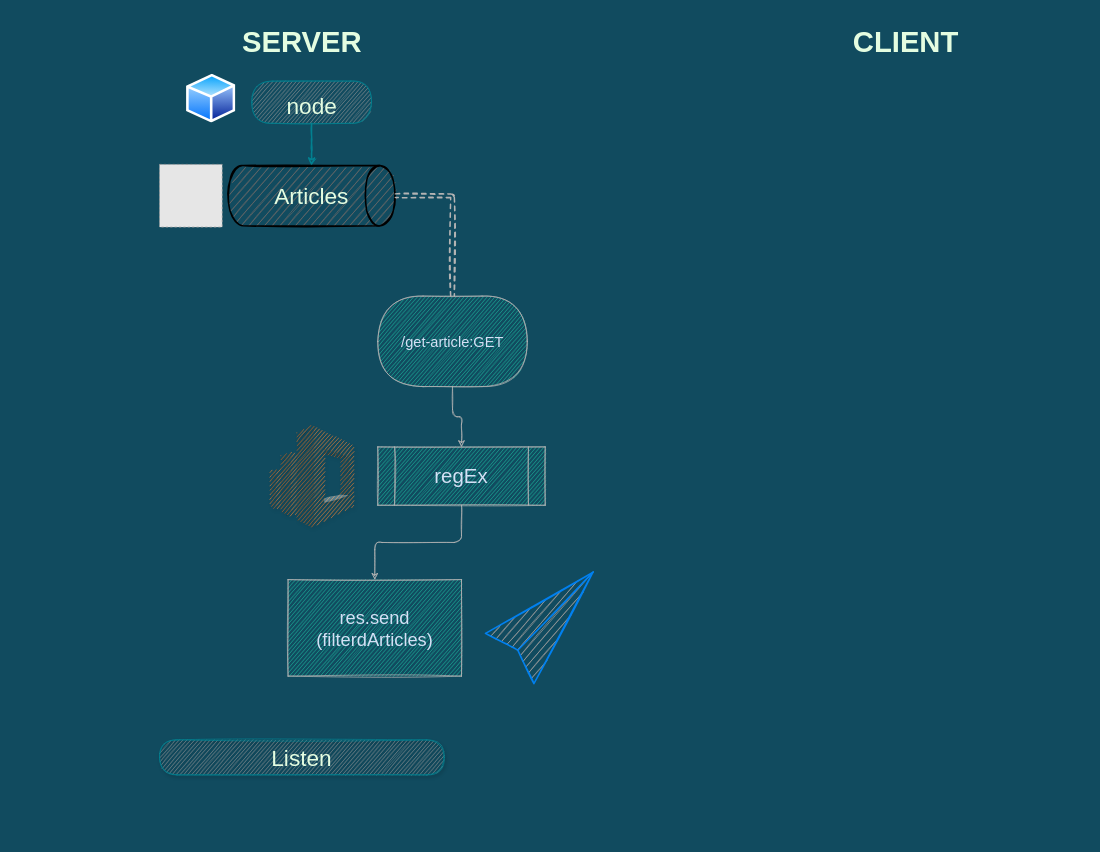
talyaron/fullstack2021 keeps this draw.io diagram as 03-Node-js/03-routesCalcuations/homeTask2/misha/googledia.drawio. Above is the earlier version. Source tidied: cells renumbered, new cells numbered last; positions are measured from the earlier drawing's top-left corner, leaving out a move shared by most shapes. Both pictures are drawn from the tidied source at 73%, with x=0, y=0 at pixel (159, 19). Pictures stored in the file or linked from it are replaced by grey dashed boxes.
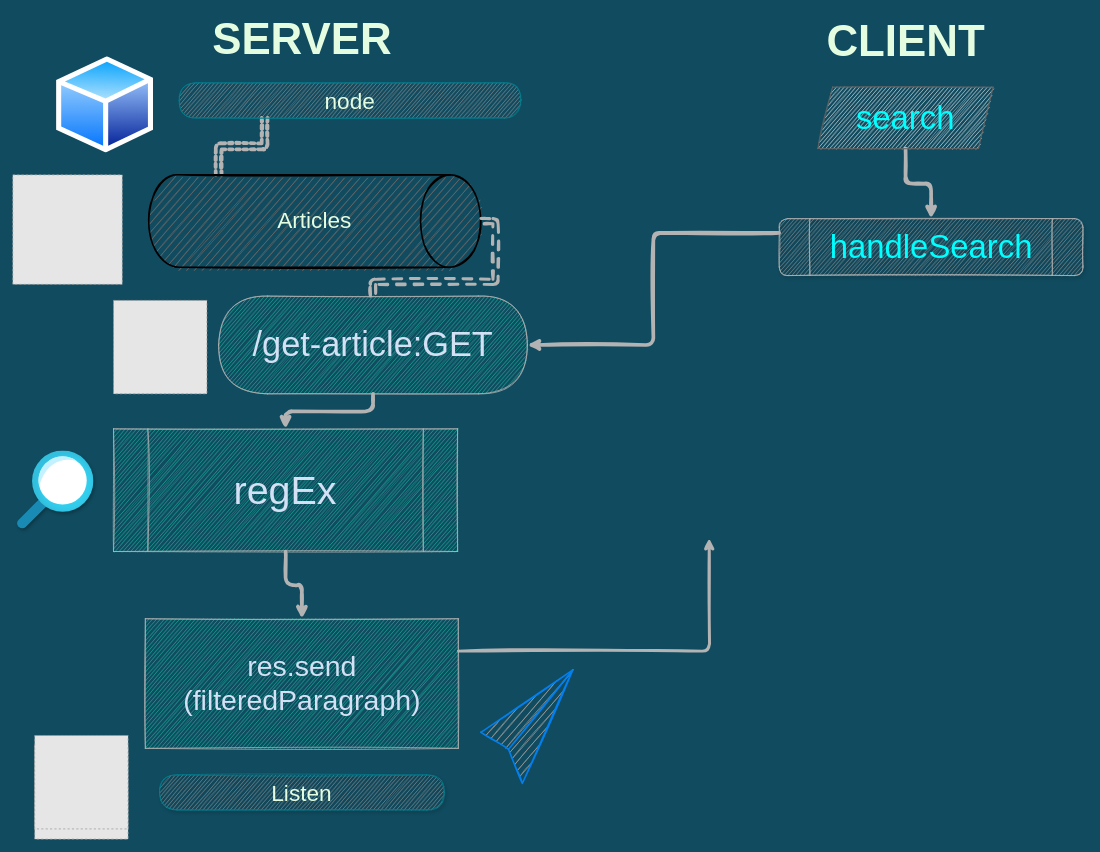
The same diagram, later.

Change to the diagram source:
```diff
@@
-    <mxCell id="2" value="SERVER" style="text;html=1;align=center;verticalAlign=middle;fillColor=none;strokeColor=none;rounded=0;strokeWidth=1;fontStyle=1;fontSize=40;fontColor=#E4FDE1;sketch=1;" parent="1" vertex="1">
-      <mxGeometry x="105" y="5" width="180" height="50" as="geometry" />
+    <mxCell id="2" value="&lt;font style=&quot;font-size: 60px&quot;&gt;SERVER&lt;/font&gt;" style="text;html=1;align=center;verticalAlign=middle;fillColor=none;strokeColor=none;rounded=0;strokeWidth=1;fontStyle=1;fontSize=40;fontColor=#E4FDE1;sketch=1;" parent="1" vertex="1">
+      <mxGeometry x="63" y="-6" width="264" height="66" as="geometry" />
     </mxCell>
-    <mxCell id="3" value="CLIENT" style="text;html=1;align=center;verticalAlign=middle;fillColor=none;strokeColor=none;rounded=0;strokeWidth=1;fontStyle=1;fontSize=40;fontColor=#E4FDE1;sketch=1;" parent="1" vertex="1">
-      <mxGeometry x="941" width="162" height="60" as="geometry" />
+    <mxCell id="3" value="&lt;font style=&quot;font-size: 60px&quot;&gt;CLIENT&lt;/font&gt;" style="text;html=1;align=center;verticalAlign=middle;fillColor=none;strokeColor=none;rounded=0;strokeWidth=1;fontStyle=1;fontSize=40;fontColor=#E4FDE1;sketch=1;" parent="1" vertex="1">
+      <mxGeometry x="905" y="-3" width="234" height="66" as="geometry" />
     </mxCell>
-    <mxCell id="4" value="&lt;div&gt;&lt;span style=&quot;font-size: 31px&quot;&gt;Listen&lt;/span&gt;&lt;/div&gt;" style="rounded=1;whiteSpace=wrap;html=1;sketch=1;fontSize=40;fontColor=#E4FDE1;strokeColor=#028090;fillColor=#999999;align=center;verticalAlign=bottom;textDirection=ltr;arcSize=50;glass=0;shadow=1;labelBackgroundColor=none;labelBorderColor=none;" parent="1" vertex="1">
-      <mxGeometry y="987" width="390" height="48" as="geometry" />
+    <mxCell id="4" value="&lt;div&gt;&lt;span style=&quot;font-size: 31px&quot;&gt;Listen&lt;/span&gt;&lt;/div&gt;" style="rounded=1;whiteSpace=wrap;html=1;fontSize=40;fontColor=#E4FDE1;strokeColor=#028090;fillColor=#999999;align=center;verticalAlign=bottom;textDirection=ltr;arcSize=50;glass=0;shadow=1;labelBackgroundColor=none;labelBorderColor=none;sketch=1;" parent="1" vertex="1">
+      <mxGeometry y="1035" width="390" height="48" as="geometry" />
     </mxCell>
+    <mxCell id="7" style="edgeStyle=orthogonalEdgeStyle;curved=0;rounded=1;sketch=1;jettySize=auto;html=1;exitX=0.25;exitY=1;exitDx=0;exitDy=0;entryX=0.211;entryY=0;entryDx=0;entryDy=0;entryPerimeter=0;fontSize=45;fontColor=#00FFFF;strokeColor=#B3B3B3;strokeWidth=5;fillColor=#F45B69;shape=link;dashed=1;dashPattern=1 1;" parent="1" edge="1" source="5" target="6">
+      <mxGeometry relative="1" as="geometry" />
+    </mxCell>
-    <mxCell id="5" value="&lt;div&gt;&lt;span style=&quot;font-size: 31px&quot;&gt;node&lt;/span&gt;&lt;/div&gt;" style="rounded=1;whiteSpace=wrap;html=1;sketch=1;fontSize=40;fontColor=#E4FDE1;strokeColor=#028090;fillColor=#999999;align=center;verticalAlign=bottom;textDirection=ltr;arcSize=50;" parent="1" vertex="1">
-      <mxGeometry x="126.5" y="84.6" width="163.9" height="57.8" as="geometry" />
+    <mxCell id="5" value="&lt;div&gt;&lt;span style=&quot;font-size: 31px&quot;&gt;node&lt;/span&gt;&lt;/div&gt;" style="rounded=1;whiteSpace=wrap;html=1;fontSize=40;fontColor=#E4FDE1;strokeColor=#028090;fillColor=#999999;align=center;verticalAlign=bottom;textDirection=ltr;arcSize=50;sketch=1;" parent="1" vertex="1">
+      <mxGeometry x="27" y="87" width="468" height="48" as="geometry" />
     </mxCell>
-    <mxCell id="6" value="Articles" style="strokeWidth=2;html=1;shape=mxgraph.flowchart.direct_data;whiteSpace=wrap;rounded=0;sketch=1;fontSize=31;fontColor=#E4FDE1;fillColor=#666666;" parent="1" vertex="1">
-      <mxGeometry x="93.7" y="200.3" width="229.4" height="82.6" as="geometry" />
+    <mxCell id="6" value="Articles" style="strokeWidth=2;html=1;shape=mxgraph.flowchart.direct_data;whiteSpace=wrap;rounded=0;fontSize=31;fontColor=#E4FDE1;fillColor=#666666;sketch=1;" parent="1" vertex="1">
+      <mxGeometry x="-15" y="213" width="455.3" height="126.7" as="geometry" />
     </mxCell>
-    <mxCell id="7" style="edgeStyle=orthogonalEdgeStyle;curved=0;rounded=1;sketch=1;jettySize=auto;html=1;exitX=0.5;exitY=1;exitDx=0;exitDy=0;entryX=0.5;entryY=0;entryDx=0;entryDy=0;entryPerimeter=0;fontSize=17;fontColor=#E4FDE1;strokeColor=#028090;strokeWidth=2;fillColor=#F45B69;" parent="1" edge="1" source="5" target="6">
-      <mxGeometry relative="1" as="geometry" />
-    </mxCell>
-    <mxCell id="8" value="&lt;font style=&quot;font-size: 20px&quot;&gt;/get-article:GET&lt;/font&gt;" style="rounded=1;whiteSpace=wrap;html=1;arcSize=50;fillColor=#21C0A5;strokeColor=#B3B3B3;fontColor=#D4E1F5;sketch=1;" parent="1" vertex="1">
-      <mxGeometry x="299" y="379.1" width="204.8" height="124" as="geometry" />
+    <mxCell id="8" value="&lt;font style=&quot;font-size: 47px&quot;&gt;/get-article:GET&lt;/font&gt;" style="rounded=1;whiteSpace=wrap;html=1;arcSize=50;fillColor=#21C0A5;strokeColor=#B3B3B3;fontColor=#D4E1F5;sketch=1;" parent="1" vertex="1">
+      <mxGeometry x="81" y="379.1" width="422.9" height="133.9" as="geometry" />
     </mxCell>
-    <mxCell id="9" style="edgeStyle=orthogonalEdgeStyle;curved=0;rounded=1;sketch=1;jettySize=auto;html=1;exitX=1;exitY=0.5;exitDx=0;exitDy=0;exitPerimeter=0;entryX=0.5;entryY=0;entryDx=0;entryDy=0;fontSize=28;fontColor=#D4E1F5;strokeColor=#B3B3B3;strokeWidth=2;fillColor=#F45B69;shape=link;dashed=1;" parent="1" edge="1" source="6" target="8">
+    <mxCell id="9" style="edgeStyle=orthogonalEdgeStyle;curved=0;rounded=1;jettySize=auto;html=1;exitX=1;exitY=0.5;exitDx=0;exitDy=0;exitPerimeter=0;entryX=0.5;entryY=0;entryDx=0;entryDy=0;fontSize=28;fontColor=#D4E1F5;strokeColor=#B3B3B3;strokeWidth=4;fillColor=#F45B69;shape=link;dashed=1;sketch=1;" parent="1" edge="1" source="6" target="8">
       <mxGeometry relative="1" as="geometry" />
     </mxCell>
-    <mxCell id="10" value="&lt;font style=&quot;font-size: 28px&quot;&gt;regEx&lt;/font&gt;" style="shape=process;whiteSpace=wrap;html=1;backgroundOutline=1;rounded=0;sketch=1;fontColor=#D4E1F5;strokeColor=#B3B3B3;fillColor=#21C0A5;" parent="1" vertex="1">
-      <mxGeometry x="299" y="585.7" width="229.4" height="79.9" as="geometry" />
+    <mxCell id="10" value="&lt;font style=&quot;font-size: 54px&quot;&gt;regEx&lt;/font&gt;" style="shape=process;whiteSpace=wrap;html=1;backgroundOutline=1;rounded=0;fontColor=#D4E1F5;strokeColor=#B3B3B3;fillColor=#21C0A5;sketch=1;" parent="1" vertex="1">
+      <mxGeometry x="-63" y="561" width="471.4" height="168" as="geometry" />
     </mxCell>
-    <mxCell id="11" style="edgeStyle=orthogonalEdgeStyle;curved=0;rounded=1;sketch=1;jettySize=auto;html=1;fontColor=#D4E1F5;strokeColor=#B3B3B3;fillColor=#21C0A5;" parent="1" edge="1" source="8" target="10">
+    <mxCell id="11" style="edgeStyle=orthogonalEdgeStyle;curved=0;rounded=1;jettySize=auto;html=1;fontColor=#D4E1F5;strokeColor=#B3B3B3;fillColor=#21C0A5;strokeWidth=5;sketch=1;" parent="1" edge="1" source="8" target="10">
       <mxGeometry relative="1" as="geometry" />
     </mxCell>
+    <mxCell id="18" style="edgeStyle=orthogonalEdgeStyle;curved=0;rounded=1;jettySize=auto;html=1;exitX=1;exitY=0.25;exitDx=0;exitDy=0;fontSize=47;fontColor=#D4E1F5;strokeColor=#B3B3B3;strokeWidth=4;fillColor=#F45B69;sketch=1;" parent="1" edge="1" source="12">
+      <mxGeometry relative="1" as="geometry">
+        <mxPoint x="753" y="711" as="targetPoint" />
+      </mxGeometry>
+    </mxCell>
-    <mxCell id="12" value="&lt;font style=&quot;font-size: 25px&quot;&gt;res.send&lt;br&gt;(filterdArticles)&lt;/font&gt;" style="whiteSpace=wrap;html=1;fillColor=#21C0A5;strokeColor=#B3B3B3;fontColor=#D4E1F5;rounded=0;sketch=1;" parent="1" vertex="1">
-      <mxGeometry x="176.1" y="767.5" width="237.6" height="132.2" as="geometry" />
+    <mxCell id="12" value="&lt;font style=&quot;font-size: 39px&quot;&gt;res.send&lt;br&gt;(filteredParagraph)&lt;/font&gt;" style="whiteSpace=wrap;html=1;fillColor=#21C0A5;strokeColor=#B3B3B3;fontColor=#D4E1F5;rounded=0;sketch=1;" parent="1" vertex="1">
+      <mxGeometry x="-19.4" y="821.1" width="428.7" height="177.5" as="geometry" />
     </mxCell>
-    <mxCell id="13" style="edgeStyle=orthogonalEdgeStyle;curved=0;rounded=1;sketch=1;jettySize=auto;html=1;fontColor=#D4E1F5;strokeColor=#B3B3B3;fillColor=#21C0A5;" parent="1" edge="1" source="10" target="12">
+    <mxCell id="13" style="edgeStyle=orthogonalEdgeStyle;curved=0;rounded=1;jettySize=auto;html=1;fontColor=#D4E1F5;strokeColor=#B3B3B3;fillColor=#21C0A5;strokeWidth=5;sketch=1;" parent="1" edge="1" source="10" target="12">
       <mxGeometry relative="1" as="geometry" />
     </mxCell>
-    <mxCell id="14" style="perimeter=ellipsePerimeter;html=1;align=center;shadow=0;dashed=0;spacingTop=3;image;image=img/lib/active_directory/generic_node.svg;rounded=1;glass=0;labelBackgroundColor=none;labelBorderColor=none;sketch=1;fontSize=25;fontColor=#D4E1F5;strokeColor=#B3B3B3;fillColor=#999999;" parent="1" vertex="1">
-      <mxGeometry x="36.4" y="75" width="68.3" height="66.9" as="geometry" />
+    <mxCell id="14" style="perimeter=ellipsePerimeter;html=1;align=center;shadow=0;dashed=0;spacingTop=3;image;image=img/lib/active_directory/generic_node.svg;rounded=1;glass=0;labelBackgroundColor=none;labelBorderColor=none;fontSize=25;fontColor=#D4E1F5;strokeColor=#B3B3B3;fillColor=#999999;sketch=1;" parent="1" vertex="1">
+      <mxGeometry x="-142.1" y="51" width="134.7" height="132" as="geometry" />
     </mxCell>
-    <mxCell id="15" style="dashed=0;verticalLabelPosition=bottom;verticalAlign=top;align=center;html=1;shape=mxgraph.aws3.elasticsearch_service;fillColor=#F58534;gradientColor=none;rounded=1;shadow=1;glass=0;labelBackgroundColor=none;labelBorderColor=none;sketch=1;fontSize=25;fontColor=#D4E1F5;strokeColor=#B3B3B3;" parent="1" vertex="1">
-      <mxGeometry x="151.5" y="555.7" width="114.7" height="139.8" as="geometry" />
-    </mxCell>
-    <mxCell id="16" style="html=1;verticalLabelPosition=bottom;align=center;labelBackgroundColor=#ffffff;verticalAlign=top;strokeWidth=2;strokeColor=#0080F0;shadow=0;dashed=0;shape=mxgraph.ios7.icons.pointer;rounded=1;glass=0;labelBorderColor=none;sketch=1;fontSize=25;fontColor=#D4E1F5;fillColor=#999999;" parent="1" vertex="1">
-      <mxGeometry x="446.5" y="757.1" width="147.5" height="152.9" as="geometry" />
+    <mxCell id="16" style="html=1;verticalLabelPosition=bottom;align=center;labelBackgroundColor=#ffffff;verticalAlign=top;strokeWidth=2;strokeColor=#0080F0;shadow=0;dashed=0;shape=mxgraph.ios7.icons.pointer;rounded=1;glass=0;labelBorderColor=none;fontSize=25;fontColor=#D4E1F5;fillColor=#999999;sketch=1;" parent="1" vertex="1">
+      <mxGeometry x="440.3" y="891" width="126" height="155.7" as="geometry" />
     </mxCell>
     <mxCell id="17" style="fillColor=#E6E6E6;strokeColor=#999999;dashed=1;html=1;verticalAlign=top;verticalLabelPosition=bottom;labelBackgroundColor=#ffffff;fontSize=25;fontColor=#D4E1F5;" parent="1" vertex="1">
-      <mxGeometry y="198.7" width="85.9" height="85.9" as="geometry" />
+      <mxGeometry x="-201" y="213" width="150" height="150" as="geometry" />
     </mxCell>
+    <mxCell id="19" style="html=1;align=center;image;fontSize=12;image=img/lib/azure2/general/Search.svg;rounded=1;shadow=1;glass=0;labelBackgroundColor=none;labelBorderColor=none;fontColor=#D4E1F5;strokeColor=#B3B3B3;fillColor=#999999;sketch=1;" parent="1" vertex="1">
+      <mxGeometry x="-195" y="591" width="105.3" height="107" as="geometry" />
+    </mxCell>
+    <mxCell id="20" style="fillColor=#E6E6E6;strokeColor=#999999;dashed=1;html=1;verticalAlign=top;verticalLabelPosition=bottom;labelBackgroundColor=#ffffff;fontSize=60;fontColor=#D4E1F5;" parent="1" vertex="1">
+      <mxGeometry x="-63" y="385" width="128" height="128" as="geometry" />
+    </mxCell>
+    <mxCell id="21" style="fillColor=#E6E6E6;strokeColor=#999999;dashed=1;html=1;verticalAlign=top;verticalLabelPosition=bottom;labelBackgroundColor=#ffffff;fontSize=60;fontColor=#D4E1F5;" parent="1" vertex="1">
+      <mxGeometry x="-171" y="995" width="128" height="128" as="geometry" />
+    </mxCell>
+    <mxCell id="22" style="edgeStyle=orthogonalEdgeStyle;curved=0;rounded=1;sketch=1;jettySize=auto;html=1;exitX=0.5;exitY=1;exitDx=0;exitDy=0;entryX=0.5;entryY=0;entryDx=0;entryDy=0;fontSize=45;fontColor=#00FFFF;strokeColor=#B3B3B3;strokeWidth=5;fillColor=#F45B69;" parent="1" edge="1" source="23" target="26">
+      <mxGeometry relative="1" as="geometry" />
+    </mxCell>
+    <mxCell id="23" value="&lt;font color=&quot;#00ffff&quot;&gt;search&lt;/font&gt;" style="shape=parallelogram;perimeter=parallelogramPerimeter;whiteSpace=wrap;html=1;fixedSize=1;rounded=0;fontColor=#333333;strokeColor=#666666;fillColor=#f5f5f5;fontSize=45;sketch=1;" parent="1" vertex="1">
+      <mxGeometry x="902" y="93" width="240" height="84" as="geometry" />
+    </mxCell>
+    <mxCell id="24" style="fillColor=#E6E6E6;strokeColor=#999999;dashed=1;html=1;verticalAlign=top;verticalLabelPosition=bottom;labelBackgroundColor=#ffffff;fontSize=45;fontColor=#00FFFF;" parent="1" vertex="1">
+      <mxGeometry x="-171" y="981" width="128" height="128" as="geometry" />
+    </mxCell>
+    <mxCell id="25" style="edgeStyle=orthogonalEdgeStyle;curved=0;rounded=1;sketch=1;jettySize=auto;html=1;exitX=0;exitY=0.25;exitDx=0;exitDy=0;entryX=1;entryY=0.5;entryDx=0;entryDy=0;fontSize=45;fontColor=#00FFFF;strokeColor=#B3B3B3;strokeWidth=5;fillColor=#F45B69;" parent="1" edge="1" source="26" target="8">
+      <mxGeometry relative="1" as="geometry" />
+    </mxCell>
+    <mxCell id="26" value="handleSearch" style="shape=process;whiteSpace=wrap;html=1;backgroundOutline=1;rounded=1;shadow=1;glass=0;labelBackgroundColor=none;labelBorderColor=none;sketch=1;fontSize=45;fontColor=#00FFFF;strokeColor=#B3B3B3;fillColor=#999999;" parent="1" vertex="1">
+      <mxGeometry x="849" y="273" width="416" height="78" as="geometry" />
+    </mxCell>
```
